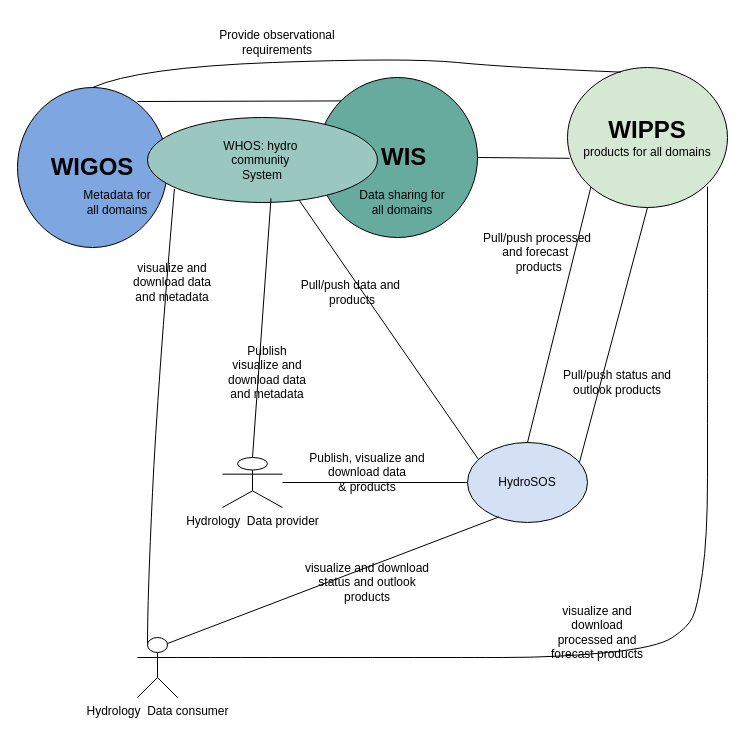
Before: page "WHOS as full part of WMO System_Yirgalem" (1 of 13) of whos-architecture/WHOS New.drawio in wmo-im/tt-w4h, a draw.io diagram. Source tidied: cells renumbered, new cells numbered last; positions are measured from the earlier drawing's top-left corner, leaving out a move shared by most shapes. Both pictures are drawn from the tidied source at 100%, with x=0, y=0 at pixel (17, 17). Pictures stored in the file or linked from it are replaced by grey dashed boxes.
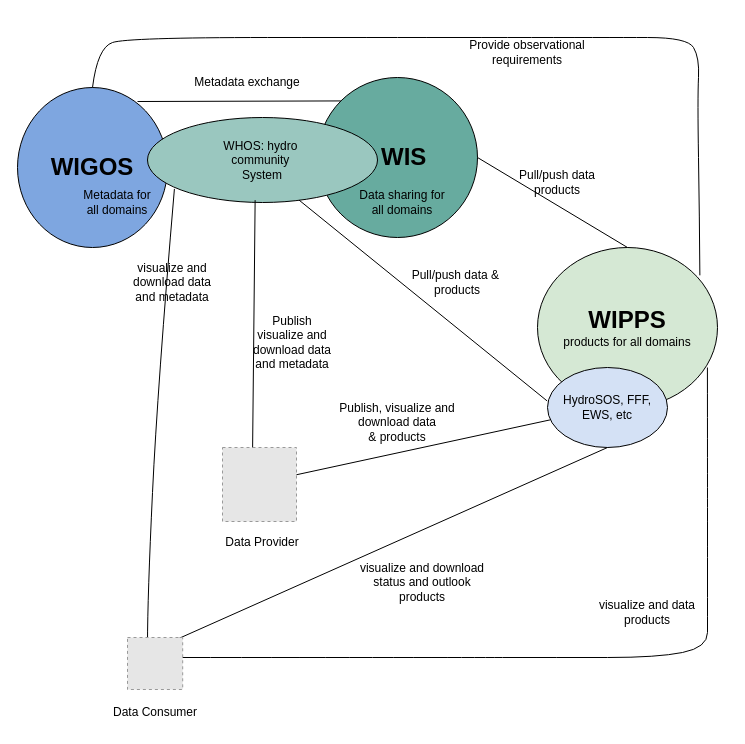
The same page after the edit.

The change refers to these unchanged cells:
```xml
<mxCell id="2" value="&lt;font style=&quot;font-size: 24px;&quot;&gt;&lt;b&gt;WIGOS&lt;/b&gt;&lt;/font&gt;" style="ellipse;whiteSpace=wrap;html=1;fillColor=#7EA6E0;" parent="1" vertex="1">
  <mxGeometry y="70" width="150" height="160" as="geometry" />
</mxCell>
<mxCell id="3" value="&lt;font style=&quot;font-size: 24px;&quot;&gt;&lt;b style=&quot;&quot;&gt;&amp;nbsp; WIS&lt;/b&gt;&lt;/font&gt;&lt;div&gt;&lt;font style=&quot;font-size: 24px;&quot;&gt;&lt;b style=&quot;&quot;&gt;&lt;/b&gt;&lt;/font&gt;&lt;/div&gt;" style="ellipse;whiteSpace=wrap;html=1;fillColor=#67AB9F;" parent="1" vertex="1">
  <mxGeometry x="300" y="60" width="160" height="160" as="geometry" />
</mxCell>
<mxCell id="9" value="WHOS: hydro&amp;nbsp;&lt;div&gt;community&amp;nbsp;&lt;div&gt;System&lt;/div&gt;&lt;/div&gt;" style="ellipse;whiteSpace=wrap;html=1;fillColor=#9AC7BF;" parent="1" vertex="1">
  <mxGeometry x="130" y="100" width="230" height="85" as="geometry" />
</mxCell>
```

What changed in the source:
```diff
@@
     <mxCell id="4" value="&lt;font style=&quot;font-size: 24px;&quot;&gt;&lt;b&gt;WIPPS&lt;/b&gt;&lt;/font&gt;&lt;div&gt;&lt;font style=&quot;font-size: 12px;&quot;&gt;products for all domains&lt;/font&gt;&lt;/div&gt;" style="ellipse;whiteSpace=wrap;html=1;fillColor=#D5E8D4;" parent="1" vertex="1">
-      <mxGeometry x="550" y="50" width="160" height="140" as="geometry" />
+      <mxGeometry x="520" y="230" width="180" height="160" as="geometry" />
     </mxCell>
-    <mxCell id="5" value="HydroSOS" style="ellipse;whiteSpace=wrap;html=1;fillColor=#D4E1F5;" parent="1" vertex="1">
-      <mxGeometry x="450" y="425" width="120" height="80" as="geometry" />
+    <mxCell id="5" value="HydroSOS, FFF, EWS, etc" style="ellipse;whiteSpace=wrap;html=1;fillColor=#D4E1F5;" parent="1" vertex="1">
+      <mxGeometry x="530" y="350" width="120" height="80" as="geometry" />
     </mxCell>
-    <mxCell id="6" value="Hydrology&amp;nbsp; Data consumer" style="shape=umlActor;verticalLabelPosition=bottom;verticalAlign=top;html=1;outlineConnect=0;" parent="1" vertex="1">
-      <mxGeometry x="120" y="620" width="40" height="60" as="geometry" />
-    </mxCell>
-    <mxCell id="7" value="Hydrology&amp;nbsp; Data provider" style="shape=umlActor;verticalLabelPosition=bottom;verticalAlign=top;html=1;outlineConnect=0;" parent="1" vertex="1">
-      <mxGeometry x="205" y="440" width="60" height="50" as="geometry" />
-    </mxCell>
-    <mxCell id="8" style="endArrow=none;html=1;rounded=0;entryX=0;entryY=0.5;entryDx=0;entryDy=0;endFill=0;" parent="1" edge="1" source="7" target="5">
+    <mxCell id="8" style="endArrow=none;html=1;rounded=0;endFill=0;exitX=0.941;exitY=0.381;exitDx=0;exitDy=0;exitPerimeter=0;" parent="1" edge="1" source="31" target="5">
       <mxGeometry relative="1" as="geometry" />
     </mxCell>
@@
-    <mxCell id="13" style="endArrow=none;startArrow=none;html=1;rounded=0;entryX=0.537;entryY=0.951;entryDx=0;entryDy=0;entryPerimeter=0;endFill=0;startFill=0;exitX=0.5;exitY=0;exitDx=0;exitDy=0;exitPerimeter=0;" parent="1" edge="1" source="7" target="9">
-      <mxGeometry relative="1" as="geometry" />
+    <mxCell id="13" style="endArrow=none;startArrow=none;html=1;rounded=0;entryX=0.468;entryY=0.972;entryDx=0;entryDy=0;entryPerimeter=0;endFill=0;startFill=0;exitX=0.5;exitY=0;exitDx=0;exitDy=0;exitPerimeter=0;" parent="1" edge="1" target="9">
+      <mxGeometry relative="1" as="geometry">
+        <mxPoint x="235" y="440" as="sourcePoint" />
+      </mxGeometry>
     </mxCell>
-    <mxCell id="14" style="endArrow=none;html=1;rounded=0;exitX=0.263;exitY=0.93;exitDx=0;exitDy=0;entryX=0.75;entryY=0.1;entryDx=0;entryDy=0;entryPerimeter=0;endFill=0;exitPerimeter=0;" parent="1" edge="1" source="5" target="6">
-      <mxGeometry relative="1" as="geometry" />
+    <mxCell id="14" style="endArrow=none;html=1;rounded=0;exitX=0.5;exitY=1;exitDx=0;exitDy=0;entryX=0.75;entryY=0.1;entryDx=0;entryDy=0;entryPerimeter=0;endFill=0;" parent="1" edge="1" source="5">
+      <mxGeometry relative="1" as="geometry">
+        <mxPoint x="150" y="626" as="targetPoint" />
+      </mxGeometry>
     </mxCell>
-    <mxCell id="15" style="endArrow=none;startArrow=none;html=1;rounded=0;exitX=0.659;exitY=0.972;exitDx=0;exitDy=0;exitPerimeter=0;entryX=0.093;entryY=0.215;entryDx=0;entryDy=0;entryPerimeter=0;startFill=0;endFill=0;" parent="1" edge="1" source="9" target="5">
+    <mxCell id="15" style="endArrow=none;startArrow=none;html=1;rounded=0;exitX=0.659;exitY=0.972;exitDx=0;exitDy=0;exitPerimeter=0;entryX=-0.003;entryY=0.418;entryDx=0;entryDy=0;entryPerimeter=0;startFill=0;endFill=0;" parent="1" edge="1" source="9" target="5">
       <mxGeometry relative="1" as="geometry" />
     </mxCell>
     <mxCell id="16" value="Publish visualize and download data and metadata" style="text;html=1;whiteSpace=wrap;strokeColor=none;fillColor=none;align=center;verticalAlign=middle;rounded=0;" parent="1" vertex="1">
-      <mxGeometry x="205" y="330" width="90" height="50" as="geometry" />
+      <mxGeometry x="230" y="300" width="90" height="50" as="geometry" />
     </mxCell>
@@
     <mxCell id="18" value="Publish, visualize and download data &amp;amp;&amp;nbsp;products" style="text;html=1;whiteSpace=wrap;strokeColor=none;fillColor=none;align=center;verticalAlign=middle;rounded=0;" parent="1" vertex="1">
-      <mxGeometry x="290" y="430" width="120" height="50" as="geometry" />
+      <mxGeometry x="320" y="380" width="120" height="50" as="geometry" />
     </mxCell>
-    <mxCell id="19" value="Pull/push data and&amp;nbsp; products" style="text;html=1;whiteSpace=wrap;strokeColor=none;fillColor=none;align=center;verticalAlign=middle;rounded=0;" parent="1" vertex="1">
-      <mxGeometry x="275" y="250" width="120" height="50" as="geometry" />
+    <mxCell id="19" value="Pull/push data &amp;amp;&amp;nbsp; products" style="text;html=1;whiteSpace=wrap;strokeColor=none;fillColor=none;align=center;verticalAlign=middle;rounded=0;" parent="1" vertex="1">
+      <mxGeometry x="380" y="240" width="120" height="50" as="geometry" />
     </mxCell>
-    <mxCell id="20" value="Pull/push processed and forecast&amp;nbsp; &amp;nbsp;products" style="text;html=1;whiteSpace=wrap;strokeColor=none;fillColor=none;align=center;verticalAlign=middle;rounded=0;" parent="1" vertex="1">
-      <mxGeometry x="460" y="210" width="120" height="50" as="geometry" />
+    <mxCell id="20" value="Pull/push data products" style="text;html=1;whiteSpace=wrap;strokeColor=none;fillColor=none;align=center;verticalAlign=middle;rounded=0;" parent="1" vertex="1">
+      <mxGeometry x="480" y="140" width="120" height="50" as="geometry" />
     </mxCell>
-    <mxCell id="21" style="curved=1;endArrow=none;html=1;rounded=0;entryX=0.5;entryY=0;entryDx=0;entryDy=0;exitX=0.333;exitY=0.033;exitDx=0;exitDy=0;exitPerimeter=0;endFill=0;" parent="1" edge="1" source="4" target="2">
+    <mxCell id="21" style="curved=1;endArrow=none;html=1;rounded=0;entryX=0.5;entryY=0;entryDx=0;entryDy=0;endFill=0;exitX=0.902;exitY=0.174;exitDx=0;exitDy=0;exitPerimeter=0;" parent="1" edge="1" source="4" target="2">
       <mxGeometry relative="1" as="geometry">
         <Array as="points">
-          <mxPoint x="490" y="50" />
-          <mxPoint x="390" y="40" />
-          <mxPoint x="120" y="50" />
+          <mxPoint x="682" y="200" />
+          <mxPoint x="680" y="80" />
+          <mxPoint x="682" y="40" />
+          <mxPoint x="670" y="20" />
+          <mxPoint x="590" y="20" />
+          <mxPoint x="390" y="20" />
+          <mxPoint x="110" y="20" />
+          <mxPoint x="80" y="30" />
         </Array>
       </mxGeometry>
     </mxCell>
-    <mxCell id="22" style="curved=1;endArrow=none;html=1;rounded=0;entryX=1;entryY=0.3333333333333333;entryDx=0;entryDy=0;entryPerimeter=0;endFill=0;" parent="1" edge="1" target="6">
+    <mxCell id="22" style="curved=1;endArrow=none;html=1;rounded=0;entryX=1;entryY=0.3333333333333333;entryDx=0;entryDy=0;entryPerimeter=0;endFill=0;exitX=0.944;exitY=0.75;exitDx=0;exitDy=0;exitPerimeter=0;" parent="1" edge="1" source="4">
       <mxGeometry relative="1" as="geometry">
-        <mxPoint x="690" y="169" as="sourcePoint" />
+        <mxPoint x="160" y="640" as="targetPoint" />
         <Array as="points">
-          <mxPoint x="690" y="330" />
-          <mxPoint x="690" y="400" />
+          <mxPoint x="690" y="460" />
           <mxPoint x="690" y="520" />
-          <mxPoint x="680" y="590" />
-          <mxPoint x="670" y="610" />
-          <mxPoint x="640" y="630" />
+          <mxPoint x="690" y="560" />
+          <mxPoint x="690" y="600" />
+          <mxPoint x="690" y="630" />
+          <mxPoint x="640" y="640" />
           <mxPoint x="540" y="640" />
           <mxPoint x="430" y="640" />
         </Array>
       </mxGeometry>
     </mxCell>
     <mxCell id="23" value="visualize and download status and outlook products" style="text;html=1;whiteSpace=wrap;strokeColor=none;fillColor=none;align=center;verticalAlign=middle;rounded=0;" parent="1" vertex="1">
-      <mxGeometry x="285" y="540" width="130" height="50" as="geometry" />
+      <mxGeometry x="340" y="540" width="130" height="50" as="geometry" />
     </mxCell>
     <mxCell id="24" value="Provide observational requirements" style="text;html=1;whiteSpace=wrap;strokeColor=none;fillColor=none;align=center;verticalAlign=middle;rounded=0;" parent="1" vertex="1">
-      <mxGeometry x="170" width="180" height="50" as="geometry" />
+      <mxGeometry x="420" y="10" width="180" height="50" as="geometry" />
     </mxCell>
-    <mxCell id="25" style="endArrow=none;html=1;rounded=0;entryX=0.5;entryY=0;entryDx=0;entryDy=0;exitX=0;exitY=1;exitDx=0;exitDy=0;endFill=0;" parent="1" edge="1" source="4" target="5">
-      <mxGeometry relative="1" as="geometry" />
-    </mxCell>
-    <mxCell id="26" style="endArrow=none;html=1;rounded=0;entryX=0.5;entryY=1;entryDx=0;entryDy=0;endFill=0;exitX=0.933;exitY=0.248;exitDx=0;exitDy=0;exitPerimeter=0;" parent="1" edge="1" source="5" target="4">
-      <mxGeometry relative="1" as="geometry" />
-    </mxCell>
-    <mxCell id="27" value="Pull/push status and outlook products" style="text;html=1;whiteSpace=wrap;strokeColor=none;fillColor=none;align=center;verticalAlign=middle;rounded=0;" parent="1" vertex="1">
-      <mxGeometry x="540" y="340" width="120" height="50" as="geometry" />
+    <mxCell id="27" value="Metadata exchange" style="text;html=1;whiteSpace=wrap;strokeColor=none;fillColor=none;align=center;verticalAlign=middle;rounded=0;" parent="1" vertex="1">
+      <mxGeometry x="170" y="40" width="120" height="50" as="geometry" />
     </mxCell>
-    <mxCell id="28" style="curved=1;endArrow=none;html=1;rounded=0;exitX=0.117;exitY=0.84;exitDx=0;exitDy=0;entryX=0.25;entryY=0.1;entryDx=0;entryDy=0;entryPerimeter=0;endFill=0;exitPerimeter=0;" parent="1" edge="1" source="9" target="6">
+    <mxCell id="28" style="curved=1;endArrow=none;html=1;rounded=0;exitX=0.117;exitY=0.84;exitDx=0;exitDy=0;entryX=0.25;entryY=0.1;entryDx=0;entryDy=0;entryPerimeter=0;endFill=0;exitPerimeter=0;" parent="1" edge="1" source="9">
       <mxGeometry relative="1" as="geometry">
+        <mxPoint x="130" y="626" as="targetPoint" />
         <Array as="points">
           <mxPoint x="140" y="370" />
           <mxPoint x="130" y="580" />
         </Array>
       </mxGeometry>
     </mxCell>
-    <mxCell id="29" style="endArrow=none;html=1;rounded=0;entryX=0.013;entryY=0.69;entryDx=0;entryDy=0;entryPerimeter=0;exitX=1;exitY=0.5;exitDx=0;exitDy=0;" parent="1" edge="1" source="3">
-      <mxGeometry relative="1" as="geometry">
-        <mxPoint x="552.1" y="140.8" as="targetPoint" />
-      </mxGeometry>
+    <mxCell id="29" style="endArrow=none;html=1;rounded=0;exitX=1;exitY=0.5;exitDx=0;exitDy=0;entryX=0.5;entryY=0;entryDx=0;entryDy=0;" parent="1" edge="1" source="3" target="4">
+      <mxGeometry relative="1" as="geometry" />
     </mxCell>
-    <mxCell id="30" value="visualize and download processed and forecast products" style="text;html=1;whiteSpace=wrap;strokeColor=none;fillColor=none;align=center;verticalAlign=middle;rounded=0;" parent="1" vertex="1">
-      <mxGeometry x="530" y="600" width="100" height="30" as="geometry" />
+    <mxCell id="30" value="visualize and data products" style="text;html=1;whiteSpace=wrap;strokeColor=none;fillColor=none;align=center;verticalAlign=middle;rounded=0;" parent="1" vertex="1">
+      <mxGeometry x="580" y="580" width="100" height="30" as="geometry" />
     </mxCell>
+    <mxCell id="31" style="fillColor=#E6E6E6;strokeColor=#999999;dashed=1;verticalLabelPosition=bottom;labelBackgroundColor=default;verticalAlign=top;" parent="1" vertex="1">
+      <mxGeometry x="205" y="430" width="74" height="74" as="geometry" />
+    </mxCell>
+    <mxCell id="32" value="Data Provider" style="text;html=1;whiteSpace=wrap;strokeColor=none;fillColor=none;align=center;verticalAlign=middle;rounded=0;" parent="1" vertex="1">
+      <mxGeometry x="195" y="510" width="100" height="30" as="geometry" />
+    </mxCell>
+    <mxCell id="33" style="fillColor=#E6E6E6;strokeColor=#999999;dashed=1;verticalLabelPosition=bottom;labelBackgroundColor=default;verticalAlign=top;" parent="1" vertex="1">
+      <mxGeometry x="110" y="620" width="55.2" height="52" as="geometry" />
+    </mxCell>
+    <mxCell id="34" value="Data Consumer" style="text;html=1;whiteSpace=wrap;strokeColor=none;fillColor=none;align=center;verticalAlign=middle;rounded=0;" parent="1" vertex="1">
+      <mxGeometry x="87.6" y="680" width="100" height="30" as="geometry" />
+    </mxCell>
```
